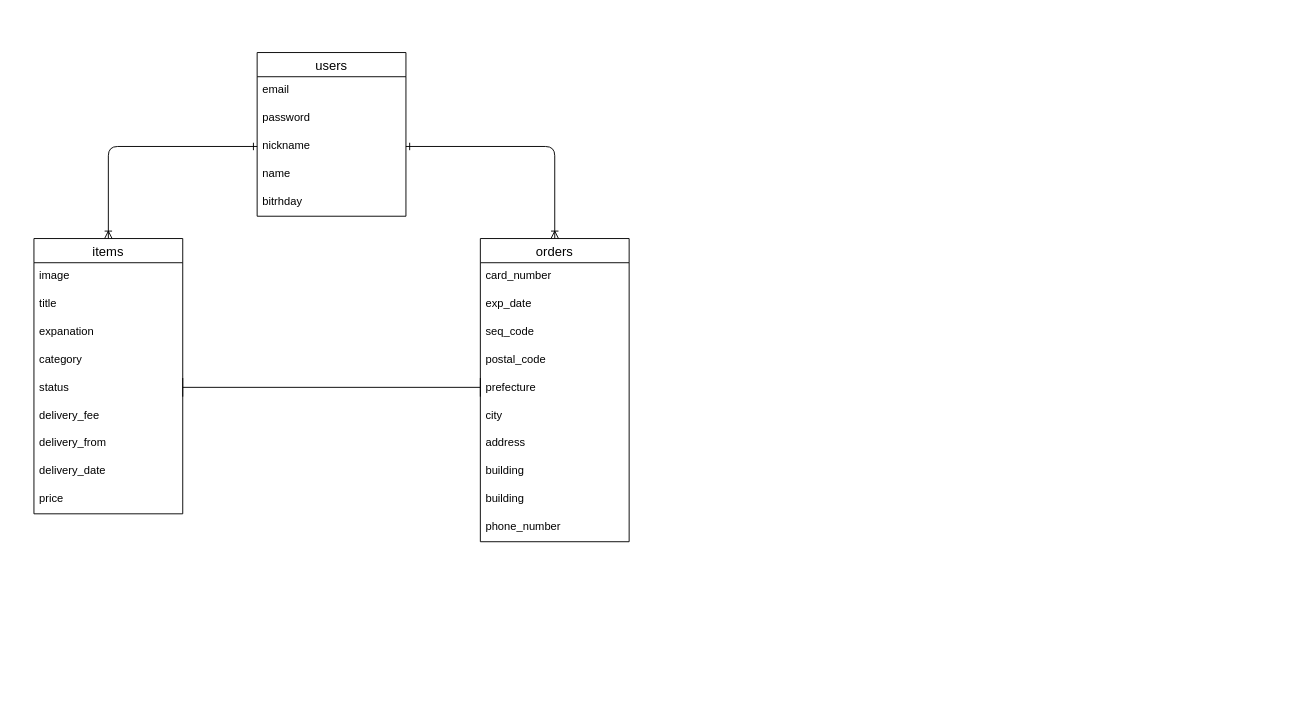
This is furima-31506.dio from lyonsan/furima-31506, a draw.io file, before an edit. Source tidied: cells renumbered, new cells numbered last; positions are measured from the earlier drawing's top-left corner, leaving out a move shared by most shapes. Both pictures are drawn from the tidied source at 93%, with x=0, y=0 at pixel (33, 52).
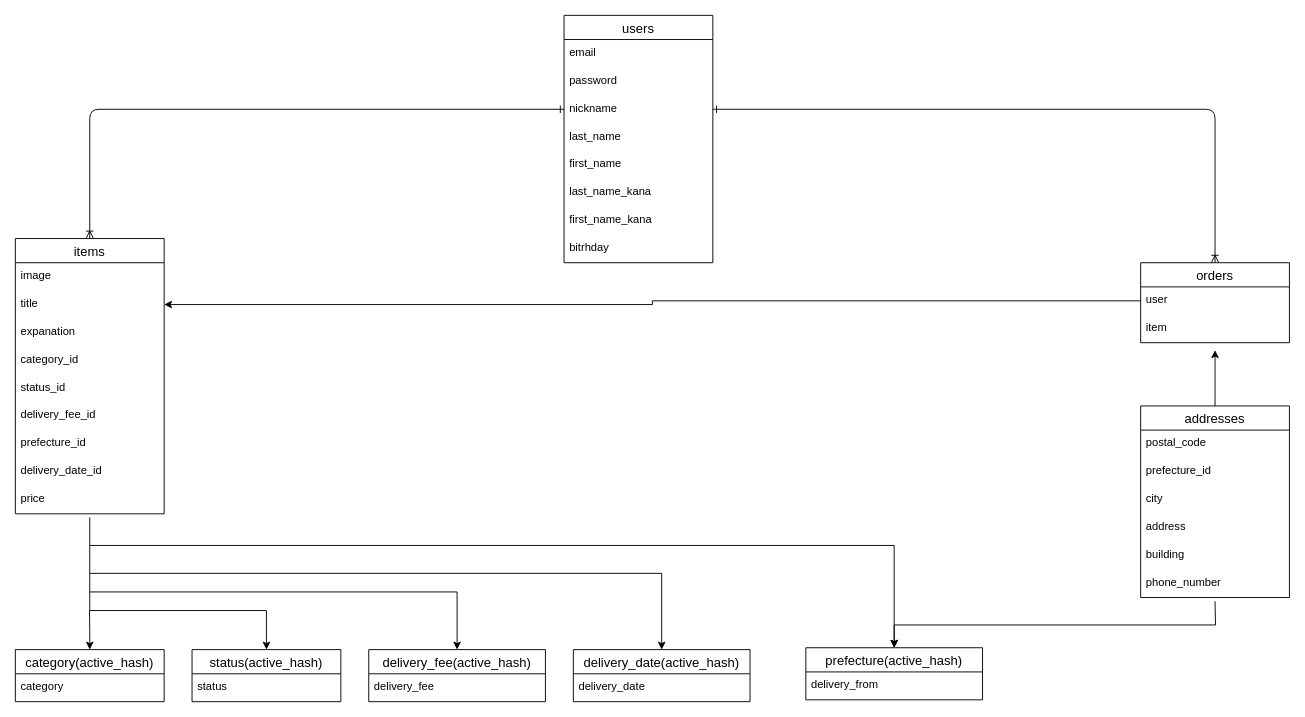
The same page after the edit.

Commit message (it also covers changes not shown here):
データベース設計修正

Unchanged cells that the change refers to:
```xml
<mxCell id="4" value="title" style="text;strokeColor=none;fillColor=none;spacingLeft=4;spacingRight=4;overflow=hidden;points=[[0,0.5],[1,0.5]];portConstraint=eastwest;fontSize=12;" parent="2" vertex="1">
  <mxGeometry y="56" width="160" height="30" as="geometry" />
</mxCell>
```

The edit, as a diff of the source:
```diff
@@
+    <mxCell id="29" style="edgeStyle=segmentEdgeStyle;endArrow=ERoneToMany;html=1;entryX=0.5;entryY=0;entryDx=0;entryDy=0;exitX=0;exitY=0.5;exitDx=0;exitDy=0;endFill=0;startArrow=ERone;startFill=0;" parent="1" edge="1" source="15" target="2">
+      <mxGeometry relative="1" as="geometry" />
+    </mxCell>
+    <mxCell id="30" style="edgeStyle=segmentEdgeStyle;endArrow=ERoneToMany;html=1;entryX=0.5;entryY=0;entryDx=0;entryDy=0;exitX=1;exitY=0.5;exitDx=0;exitDy=0;endFill=0;startArrow=ERone;startFill=0;" parent="1" edge="1" source="15" target="18">
+      <mxGeometry relative="1" as="geometry" />
+    </mxCell>
+    <mxCell id="12" value="users" style="swimlane;fontStyle=0;horizontal=1;startSize=26;align=center;fontSize=14;" parent="1" vertex="1">
+      <mxGeometry x="570" y="-40" width="160" height="266" as="geometry" />
+    </mxCell>
+    <mxCell id="13" value="email" style="text;strokeColor=none;fillColor=none;spacingLeft=4;spacingRight=4;overflow=hidden;fontSize=12;" parent="12" vertex="1">
+      <mxGeometry y="26" width="160" height="30" as="geometry" />
+    </mxCell>
+    <mxCell id="14" value="password" style="text;strokeColor=none;fillColor=none;spacingLeft=4;spacingRight=4;overflow=hidden;fontSize=12;" parent="12" vertex="1">
+      <mxGeometry y="56" width="160" height="30" as="geometry" />
+    </mxCell>
+    <mxCell id="15" value="nickname" style="text;strokeColor=none;fillColor=none;spacingLeft=4;spacingRight=4;overflow=hidden;points=[[0,0.5],[1,0.5]];portConstraint=eastwest;fontSize=12;fontStyle=0;" parent="12" vertex="1">
+      <mxGeometry y="86" width="160" height="30" as="geometry" />
+    </mxCell>
+    <mxCell id="16" value="last_name" style="text;strokeColor=none;fillColor=none;spacingLeft=4;spacingRight=4;overflow=hidden;fontSize=12;fontStyle=0;" parent="12" vertex="1">
+      <mxGeometry y="116" width="160" height="30" as="geometry" />
+    </mxCell>
+    <mxCell id="32" value="first_name" style="text;strokeColor=none;fillColor=none;spacingLeft=4;spacingRight=4;overflow=hidden;fontSize=12;fontStyle=0;" parent="12" vertex="1">
+      <mxGeometry y="146" width="160" height="30" as="geometry" />
+    </mxCell>
+    <mxCell id="33" value="last_name_kana" style="text;strokeColor=none;fillColor=none;spacingLeft=4;spacingRight=4;overflow=hidden;fontSize=12;fontStyle=0;" parent="12" vertex="1">
+      <mxGeometry y="176" width="160" height="30" as="geometry" />
+    </mxCell>
+    <mxCell id="34" value="first_name_kana" style="text;strokeColor=none;fillColor=none;spacingLeft=4;spacingRight=4;overflow=hidden;fontSize=12;fontStyle=0;" parent="12" vertex="1">
+      <mxGeometry y="206" width="160" height="30" as="geometry" />
+    </mxCell>
+    <mxCell id="17" value="bitrhday" style="text;strokeColor=none;fillColor=none;spacingLeft=4;spacingRight=4;overflow=hidden;fontSize=12;fontStyle=0;" parent="12" vertex="1">
+      <mxGeometry y="236" width="160" height="30" as="geometry" />
+    </mxCell>
+    <mxCell id="35" style="edgeStyle=orthogonalEdgeStyle;rounded=0;jettySize=auto;html=1;exitX=0.5;exitY=0;exitDx=0;exitDy=0;" parent="1" edge="1" source="36">
+      <mxGeometry relative="1" as="geometry">
+        <mxPoint x="1270" y="320" as="targetPoint" />
+      </mxGeometry>
+    </mxCell>
+    <mxCell id="36" value="addresses" style="swimlane;fontStyle=0;horizontal=1;startSize=26;align=center;fontSize=14;" parent="1" vertex="1">
+      <mxGeometry x="1190" y="380" width="160" height="206" as="geometry" />
+    </mxCell>
+    <mxCell id="37" value="postal_code" style="text;strokeColor=none;fillColor=none;spacingLeft=4;spacingRight=4;overflow=hidden;fontSize=12;" parent="36" vertex="1">
+      <mxGeometry y="26" width="160" height="30" as="geometry" />
+    </mxCell>
+    <mxCell id="38" value="prefecture_id" style="text;strokeColor=none;fillColor=none;spacingLeft=4;spacingRight=4;overflow=hidden;fontSize=12;" parent="36" vertex="1">
+      <mxGeometry y="56" width="160" height="30" as="geometry" />
+    </mxCell>
+    <mxCell id="24" value="city" style="text;strokeColor=none;fillColor=none;spacingLeft=4;spacingRight=4;overflow=hidden;fontSize=12;" parent="36" vertex="1">
+      <mxGeometry y="86" width="160" height="30" as="geometry" />
+    </mxCell>
+    <mxCell id="25" value="address" style="text;strokeColor=none;fillColor=none;spacingLeft=4;spacingRight=4;overflow=hidden;fontSize=12;" parent="36" vertex="1">
+      <mxGeometry y="116" width="160" height="30" as="geometry" />
+    </mxCell>
+    <mxCell id="39" value="building" style="text;strokeColor=none;fillColor=none;spacingLeft=4;spacingRight=4;overflow=hidden;fontSize=12;" parent="36" vertex="1">
+      <mxGeometry y="146" width="160" height="30" as="geometry" />
+    </mxCell>
+    <mxCell id="28" value="phone_number" style="text;strokeColor=none;fillColor=none;spacingLeft=4;spacingRight=4;overflow=hidden;fontSize=12;" parent="36" vertex="1">
+      <mxGeometry y="176" width="160" height="30" as="geometry" />
+    </mxCell>
     <mxCell id="2" value="items" style="swimlane;fontStyle=0;horizontal=1;startSize=26;align=center;fontSize=14;" parent="1" vertex="1">
-      <mxGeometry y="200" width="160" height="296" as="geometry" />
+      <mxGeometry x="-20" y="200" width="160" height="296" as="geometry" />
     </mxCell>
@@
-    <mxCell id="6" value="category" style="text;strokeColor=none;fillColor=none;spacingLeft=4;spacingRight=4;overflow=hidden;fontSize=12;" parent="2" vertex="1">
+    <mxCell id="6" value="category_id" style="text;strokeColor=none;fillColor=none;spacingLeft=4;spacingRight=4;overflow=hidden;fontSize=12;" parent="2" vertex="1">
       <mxGeometry y="116" width="160" height="30" as="geometry" />
     </mxCell>
-    <mxCell id="7" value="status" style="text;strokeColor=none;fillColor=none;spacingLeft=4;spacingRight=4;overflow=hidden;fontSize=12;" parent="2" vertex="1">
+    <mxCell id="7" value="status_id" style="text;strokeColor=none;fillColor=none;spacingLeft=4;spacingRight=4;overflow=hidden;fontSize=12;" parent="2" vertex="1">
       <mxGeometry y="146" width="160" height="30" as="geometry" />
     </mxCell>
-    <mxCell id="8" value="delivery_fee" style="text;strokeColor=none;fillColor=none;spacingLeft=4;spacingRight=4;overflow=hidden;fontSize=12;" parent="2" vertex="1">
+    <mxCell id="8" value="delivery_fee_id" style="text;strokeColor=none;fillColor=none;spacingLeft=4;spacingRight=4;overflow=hidden;fontSize=12;" parent="2" vertex="1">
       <mxGeometry y="176" width="160" height="30" as="geometry" />
     </mxCell>
-    <mxCell id="9" value="delivery_from" style="text;strokeColor=none;fillColor=none;spacingLeft=4;spacingRight=4;overflow=hidden;fontSize=12;" parent="2" vertex="1">
+    <mxCell id="9" value="prefecture_id" style="text;strokeColor=none;fillColor=none;spacingLeft=4;spacingRight=4;overflow=hidden;fontSize=12;" parent="2" vertex="1">
       <mxGeometry y="206" width="160" height="30" as="geometry" />
     </mxCell>
-    <mxCell id="10" value="delivery_date" style="text;strokeColor=none;fillColor=none;spacingLeft=4;spacingRight=4;overflow=hidden;fontSize=12;" parent="2" vertex="1">
+    <mxCell id="10" value="delivery_date_id" style="text;strokeColor=none;fillColor=none;spacingLeft=4;spacingRight=4;overflow=hidden;fontSize=12;" parent="2" vertex="1">
       <mxGeometry y="236" width="160" height="30" as="geometry" />
     </mxCell>
@@
-    <mxCell id="12" value="users" style="swimlane;fontStyle=0;horizontal=1;startSize=26;align=center;fontSize=14;" parent="1" vertex="1">
-      <mxGeometry x="240" width="160" height="176" as="geometry" />
-    </mxCell>
-    <mxCell id="13" value="email" style="text;strokeColor=none;fillColor=none;spacingLeft=4;spacingRight=4;overflow=hidden;fontSize=12;" parent="12" vertex="1">
-      <mxGeometry y="26" width="160" height="30" as="geometry" />
-    </mxCell>
-    <mxCell id="14" value="password" style="text;strokeColor=none;fillColor=none;spacingLeft=4;spacingRight=4;overflow=hidden;fontSize=12;" parent="12" vertex="1">
-      <mxGeometry y="56" width="160" height="30" as="geometry" />
-    </mxCell>
-    <mxCell id="15" value="nickname" style="text;strokeColor=none;fillColor=none;spacingLeft=4;spacingRight=4;overflow=hidden;points=[[0,0.5],[1,0.5]];portConstraint=eastwest;fontSize=12;fontStyle=0;" parent="12" vertex="1">
-      <mxGeometry y="86" width="160" height="30" as="geometry" />
-    </mxCell>
-    <mxCell id="16" value="name" style="text;strokeColor=none;fillColor=none;spacingLeft=4;spacingRight=4;overflow=hidden;fontSize=12;fontStyle=0;" parent="12" vertex="1">
-      <mxGeometry y="116" width="160" height="30" as="geometry" />
-    </mxCell>
-    <mxCell id="17" value="bitrhday" style="text;strokeColor=none;fillColor=none;spacingLeft=4;spacingRight=4;overflow=hidden;fontSize=12;fontStyle=0;" parent="12" vertex="1">
-      <mxGeometry y="146" width="160" height="30" as="geometry" />
-    </mxCell>
     <mxCell id="18" value="orders" style="swimlane;fontStyle=0;horizontal=1;startSize=26;align=center;fontSize=14;" parent="1" vertex="1">
-      <mxGeometry x="480" y="200" width="160" height="326" as="geometry" />
+      <mxGeometry x="1190" y="226" width="160" height="86" as="geometry" />
     </mxCell>
-    <mxCell id="19" value="card_number" style="text;strokeColor=none;fillColor=none;spacingLeft=4;spacingRight=4;overflow=hidden;fontSize=12;" parent="18" vertex="1">
-      <mxGeometry y="26" width="160" height="30" as="geometry" />
-    </mxCell>
-    <mxCell id="20" value="exp_date" style="text;strokeColor=none;fillColor=none;spacingLeft=4;spacingRight=4;overflow=hidden;fontSize=12;" parent="18" vertex="1">
-      <mxGeometry y="56" width="160" height="30" as="geometry" />
-    </mxCell>
-    <mxCell id="21" value="seq_code" style="text;strokeColor=none;fillColor=none;spacingLeft=4;spacingRight=4;overflow=hidden;fontSize=12;" parent="18" vertex="1">
-      <mxGeometry y="86" width="160" height="30" as="geometry" />
-    </mxCell>
-    <mxCell id="22" value="postal_code" style="text;strokeColor=none;fillColor=none;spacingLeft=4;spacingRight=4;overflow=hidden;points=[[0,0.5],[1,0.5]];portConstraint=eastwest;fontSize=12;" parent="18" vertex="1">
-      <mxGeometry y="116" width="160" height="30" as="geometry" />
+    <mxCell id="22" value="user" style="text;strokeColor=none;fillColor=none;spacingLeft=4;spacingRight=4;overflow=hidden;points=[[0,0.5],[1,0.5]];portConstraint=eastwest;fontSize=12;" parent="18" vertex="1">
+      <mxGeometry y="26" width="160" height="30" as="geometry" />
     </mxCell>
-    <mxCell id="23" value="prefecture" style="text;strokeColor=none;fillColor=none;spacingLeft=4;spacingRight=4;overflow=hidden;fontSize=12;" parent="18" vertex="1">
-      <mxGeometry y="146" width="160" height="30" as="geometry" />
+    <mxCell id="23" value="item" style="text;strokeColor=none;fillColor=none;spacingLeft=4;spacingRight=4;overflow=hidden;fontSize=12;" parent="18" vertex="1">
+      <mxGeometry y="56" width="160" height="30" as="geometry" />
     </mxCell>
-    <mxCell id="24" value="city" style="text;strokeColor=none;fillColor=none;spacingLeft=4;spacingRight=4;overflow=hidden;fontSize=12;" parent="18" vertex="1">
-      <mxGeometry y="176" width="160" height="30" as="geometry" />
-    </mxCell>
-    <mxCell id="25" value="address" style="text;strokeColor=none;fillColor=none;spacingLeft=4;spacingRight=4;overflow=hidden;fontSize=12;" parent="18" vertex="1">
-      <mxGeometry y="206" width="160" height="30" as="geometry" />
-    </mxCell>
-    <mxCell id="26" value="building" style="text;strokeColor=none;fillColor=none;spacingLeft=4;spacingRight=4;overflow=hidden;fontSize=12;" parent="18" vertex="1">
-      <mxGeometry y="236" width="160" height="30" as="geometry" />
-    </mxCell>
-    <mxCell id="27" value="building" style="text;strokeColor=none;fillColor=none;spacingLeft=4;spacingRight=4;overflow=hidden;fontSize=12;" parent="18" vertex="1">
-      <mxGeometry y="266" width="160" height="30" as="geometry" />
-    </mxCell>
-    <mxCell id="28" value="phone_number" style="text;strokeColor=none;fillColor=none;spacingLeft=4;spacingRight=4;overflow=hidden;fontSize=12;" parent="18" vertex="1">
-      <mxGeometry y="296" width="160" height="30" as="geometry" />
-    </mxCell>
-    <mxCell id="29" style="edgeStyle=segmentEdgeStyle;endArrow=ERoneToMany;html=1;entryX=0.5;entryY=0;entryDx=0;entryDy=0;exitX=0;exitY=0.5;exitDx=0;exitDy=0;endFill=0;startArrow=ERone;startFill=0;" parent="1" edge="1" source="15" target="2">
-      <mxGeometry relative="1" as="geometry" />
-    </mxCell>
-    <mxCell id="30" style="edgeStyle=segmentEdgeStyle;endArrow=ERoneToMany;html=1;entryX=0.5;entryY=0;entryDx=0;entryDy=0;exitX=1;exitY=0.5;exitDx=0;exitDy=0;endFill=0;startArrow=ERone;startFill=0;" parent="1" edge="1" source="15" target="18">
-      <mxGeometry relative="1" as="geometry" />
-    </mxCell>
-    <mxCell id="31" style="shape=crossbar;whiteSpace=wrap;html=1;rounded=1;" parent="1" vertex="1">
-      <mxGeometry x="160" y="350" width="320" height="20" as="geometry" />
-    </mxCell>
+    <mxCell id="40" style="edgeStyle=orthogonalEdgeStyle;rounded=0;jettySize=auto;html=1;exitX=0.5;exitY=0;exitDx=0;exitDy=0;startArrow=classic;startFill=1;endArrow=none;endFill=0;" parent="1" edge="1" source="41">
+      <mxGeometry relative="1" as="geometry">
+        <mxPoint x="59.8" y="600" as="targetPoint" />
+      </mxGeometry>
+    </mxCell>
+    <mxCell id="41" value="category(active_hash)" style="swimlane;fontStyle=0;horizontal=1;startSize=26;align=center;fontSize=14;" parent="1" vertex="1">
+      <mxGeometry x="-20" y="642" width="160" height="56" as="geometry" />
+    </mxCell>
+    <mxCell id="42" value="category" style="text;strokeColor=none;fillColor=none;spacingLeft=4;spacingRight=4;overflow=hidden;fontSize=12;" parent="41" vertex="1">
+      <mxGeometry y="26" width="160" height="30" as="geometry" />
+    </mxCell>
+    <mxCell id="43" style="edgeStyle=orthogonalEdgeStyle;rounded=0;jettySize=auto;html=1;exitX=0.5;exitY=0;exitDx=0;exitDy=0;startArrow=classic;startFill=1;endArrow=none;endFill=0;" parent="1" edge="1" source="44">
+      <mxGeometry relative="1" as="geometry">
+        <mxPoint x="60" y="580" as="targetPoint" />
+        <Array as="points">
+          <mxPoint x="250" y="600" />
+          <mxPoint x="60" y="600" />
+        </Array>
+      </mxGeometry>
+    </mxCell>
+    <mxCell id="44" value="status(active_hash)" style="swimlane;fontStyle=0;horizontal=1;startSize=26;align=center;fontSize=14;" parent="1" vertex="1">
+      <mxGeometry x="170" y="642" width="160" height="56" as="geometry" />
+    </mxCell>
+    <mxCell id="45" value="status" style="text;strokeColor=none;fillColor=none;spacingLeft=4;spacingRight=4;overflow=hidden;fontSize=12;" parent="44" vertex="1">
+      <mxGeometry y="26" width="160" height="30" as="geometry" />
+    </mxCell>
+    <mxCell id="46" style="edgeStyle=orthogonalEdgeStyle;rounded=0;jettySize=auto;html=1;exitX=0.5;exitY=0;exitDx=0;exitDy=0;startArrow=classic;startFill=1;endArrow=none;endFill=0;" parent="1" edge="1" source="47">
+      <mxGeometry relative="1" as="geometry">
+        <mxPoint x="60" y="560" as="targetPoint" />
+        <Array as="points">
+          <mxPoint x="455" y="580" />
+          <mxPoint x="60" y="580" />
+        </Array>
+      </mxGeometry>
+    </mxCell>
+    <mxCell id="47" value="delivery_fee(active_hash)" style="swimlane;fontStyle=0;horizontal=1;startSize=26;align=center;fontSize=14;" parent="1" vertex="1">
+      <mxGeometry x="360" y="642" width="190" height="56" as="geometry" />
+    </mxCell>
+    <mxCell id="48" value="delivery_fee" style="text;strokeColor=none;fillColor=none;spacingLeft=4;spacingRight=4;overflow=hidden;fontSize=12;" parent="47" vertex="1">
+      <mxGeometry y="26" width="190" height="30" as="geometry" />
+    </mxCell>
+    <mxCell id="49" style="edgeStyle=orthogonalEdgeStyle;rounded=0;jettySize=auto;html=1;exitX=0.5;exitY=0;exitDx=0;exitDy=0;startArrow=classic;startFill=1;endArrow=none;endFill=0;" parent="1" edge="1" source="50">
+      <mxGeometry relative="1" as="geometry">
+        <mxPoint x="60" y="530" as="targetPoint" />
+        <Array as="points">
+          <mxPoint x="675" y="560" />
+          <mxPoint x="60" y="560" />
+        </Array>
+      </mxGeometry>
+    </mxCell>
+    <mxCell id="50" value="delivery_date(active_hash)" style="swimlane;fontStyle=0;horizontal=1;startSize=26;align=center;fontSize=14;" parent="1" vertex="1">
+      <mxGeometry x="580" y="642" width="190" height="56" as="geometry" />
+    </mxCell>
+    <mxCell id="51" value="delivery_date" style="text;strokeColor=none;fillColor=none;spacingLeft=4;spacingRight=4;overflow=hidden;fontSize=12;" parent="50" vertex="1">
+      <mxGeometry y="26" width="190" height="30" as="geometry" />
+    </mxCell>
+    <mxCell id="52" style="edgeStyle=orthogonalEdgeStyle;rounded=0;jettySize=auto;html=1;exitX=0.5;exitY=0;exitDx=0;exitDy=0;endArrow=none;endFill=0;startArrow=classic;startFill=1;" parent="1" edge="1" source="54">
+      <mxGeometry relative="1" as="geometry">
+        <mxPoint x="1270" y="590" as="targetPoint" />
+      </mxGeometry>
+    </mxCell>
+    <mxCell id="53" style="edgeStyle=orthogonalEdgeStyle;rounded=0;jettySize=auto;html=1;exitX=0.5;exitY=0;exitDx=0;exitDy=0;startArrow=classic;startFill=1;endArrow=none;endFill=0;" parent="1" edge="1" source="54">
+      <mxGeometry relative="1" as="geometry">
+        <mxPoint x="60" y="500" as="targetPoint" />
+        <Array as="points">
+          <mxPoint x="925" y="530" />
+          <mxPoint x="60" y="530" />
+        </Array>
+      </mxGeometry>
+    </mxCell>
+    <mxCell id="54" value="prefecture(active_hash)" style="swimlane;fontStyle=0;horizontal=1;startSize=26;align=center;fontSize=14;" parent="1" vertex="1">
+      <mxGeometry x="830" y="640" width="190" height="56" as="geometry" />
+    </mxCell>
+    <mxCell id="55" value="delivery_from" style="text;strokeColor=none;fillColor=none;spacingLeft=4;spacingRight=4;overflow=hidden;fontSize=12;" parent="54" vertex="1">
+      <mxGeometry y="26" width="190" height="30" as="geometry" />
+    </mxCell>
+    <mxCell id="56" style="edgeStyle=orthogonalEdgeStyle;rounded=0;jettySize=auto;html=1;exitX=0;exitY=0.5;exitDx=0;exitDy=0;entryX=1;entryY=0.5;entryDx=0;entryDy=0;startArrow=none;startFill=0;endArrow=classic;endFill=1;" parent="1" edge="1" source="22" target="4">
+      <mxGeometry relative="1" as="geometry" />
+    </mxCell>
```
